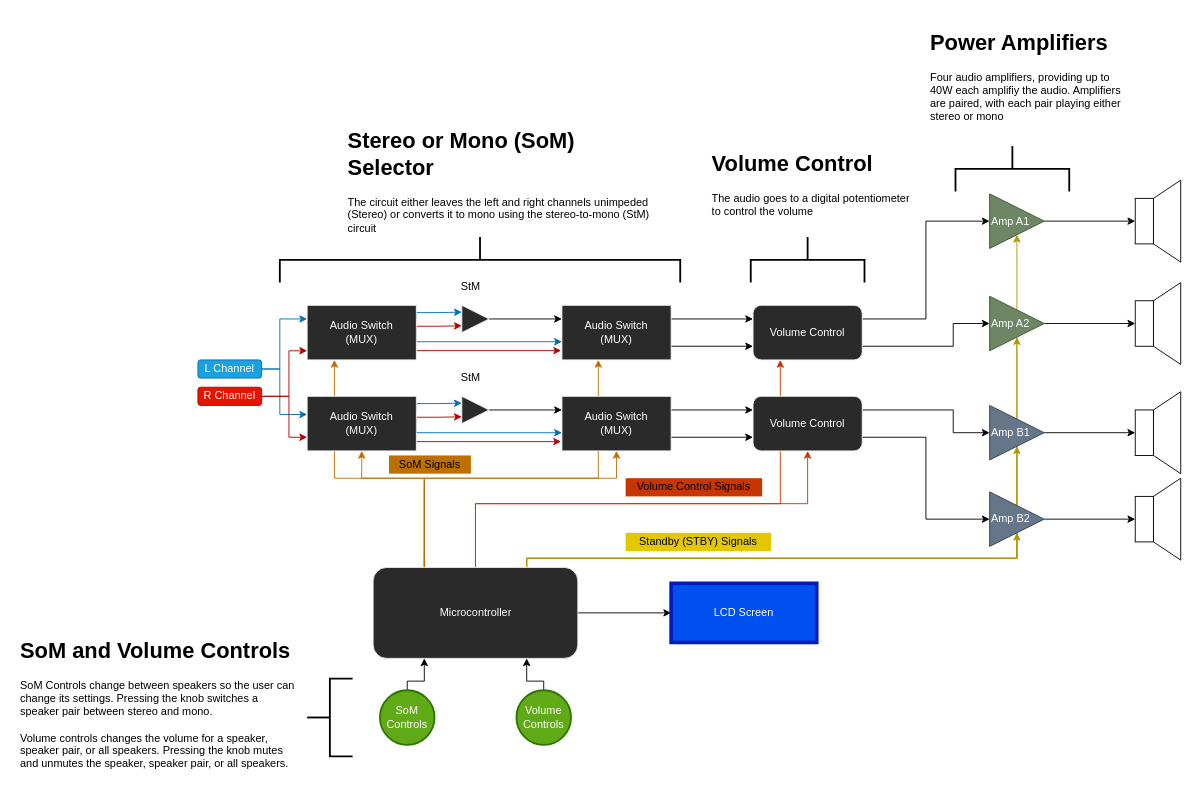
This is Audio Amplifier.drawio from zlaast/Audio-Amplifier, a draw.io file, before an edit. Source tidied: cells renumbered, new cells numbered last; positions are measured from the earlier drawing's top-left corner, leaving out a move shared by most shapes. Both pictures are drawn from the tidied source at 91%, with x=0, y=0 at pixel (15, 25).
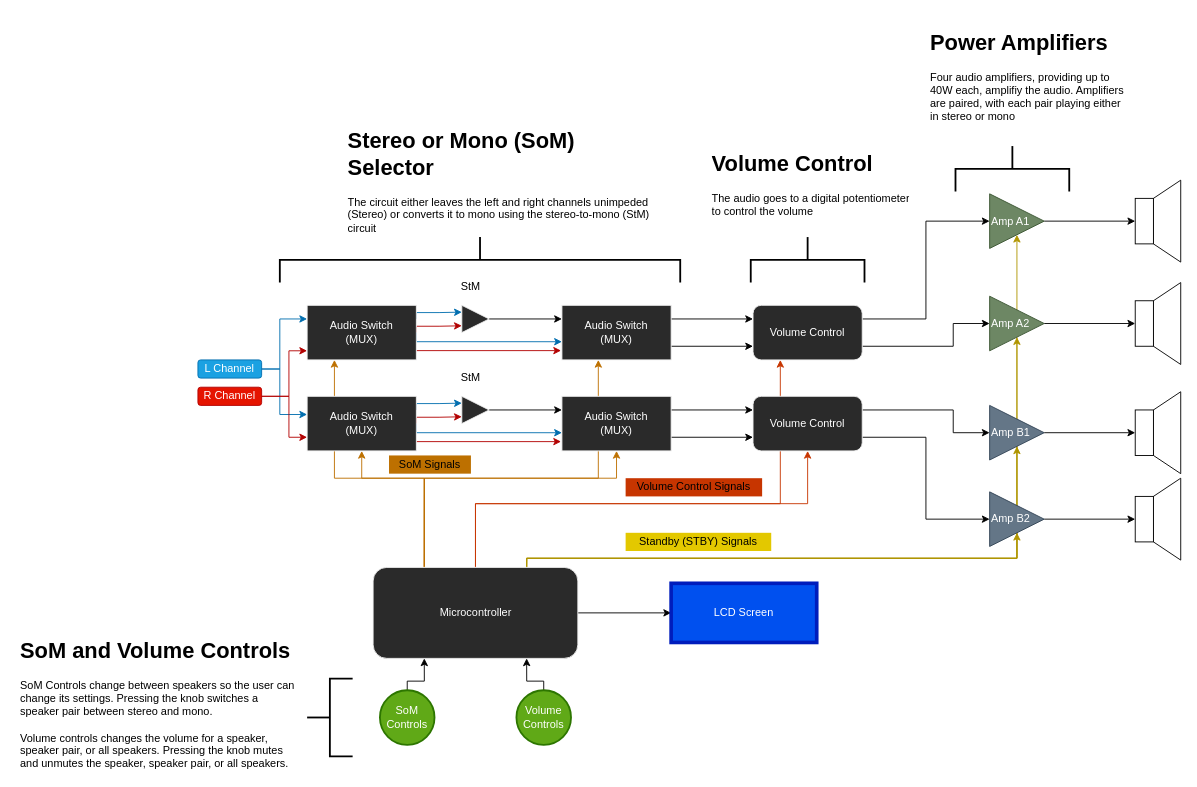
After the change.

What changed in the source:
```diff
@@
-    <mxCell id="76" value="&lt;h1&gt;Power Amplifiers&lt;/h1&gt;&lt;p&gt;Four audio amplifiers, providing up to&lt;br&gt;40W each amplifiy the audio. Amplifiers are paired, with each pair playing either stereo or mono&lt;/p&gt;" style="text;html=1;strokeColor=none;fillColor=none;spacing=5;spacingTop=-20;whiteSpace=wrap;overflow=hidden;rounded=0;" parent="1" vertex="1">
+    <mxCell id="76" value="&lt;h1&gt;Power Amplifiers&lt;/h1&gt;&lt;p&gt;Four audio amplifiers, providing up to&lt;br&gt;40W each, amplifiy the audio. Amplifiers are paired, with each pair playing either in stereo or mono&lt;/p&gt;" style="text;html=1;strokeColor=none;fillColor=none;spacing=5;spacingTop=-20;whiteSpace=wrap;overflow=hidden;rounded=0;" parent="1" vertex="1">
       <mxGeometry x="1000" width="230" height="120" as="geometry" />
     </mxCell>
```
